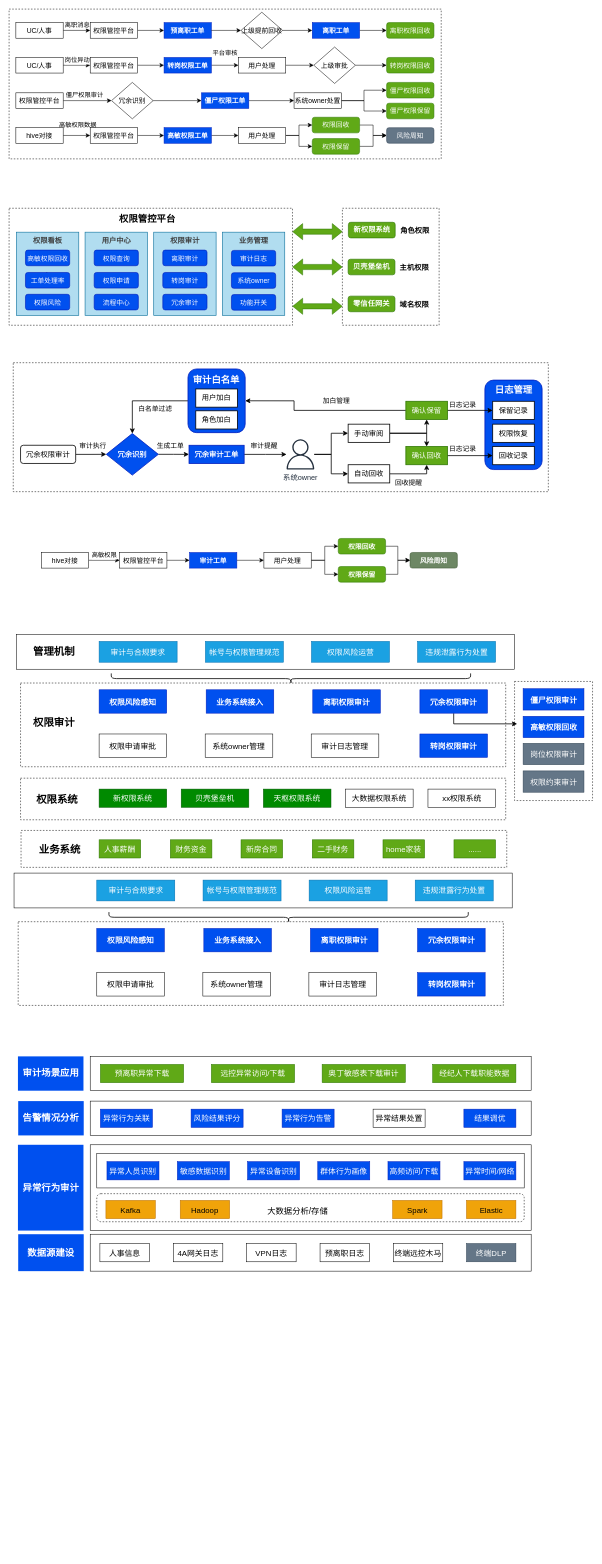
Above: page "述职" (11 of 11) of 权限审计.drawio in zpxiao-ios/hello-world (draw.io), before the change. Source tidied: cells renumbered, new cells numbered last; positions are measured from the earlier drawing's top-left corner, leaving out a move shared by most shapes. Both pictures are drawn from the tidied source at 52%, with x=0, y=0 at pixel (9, 9).
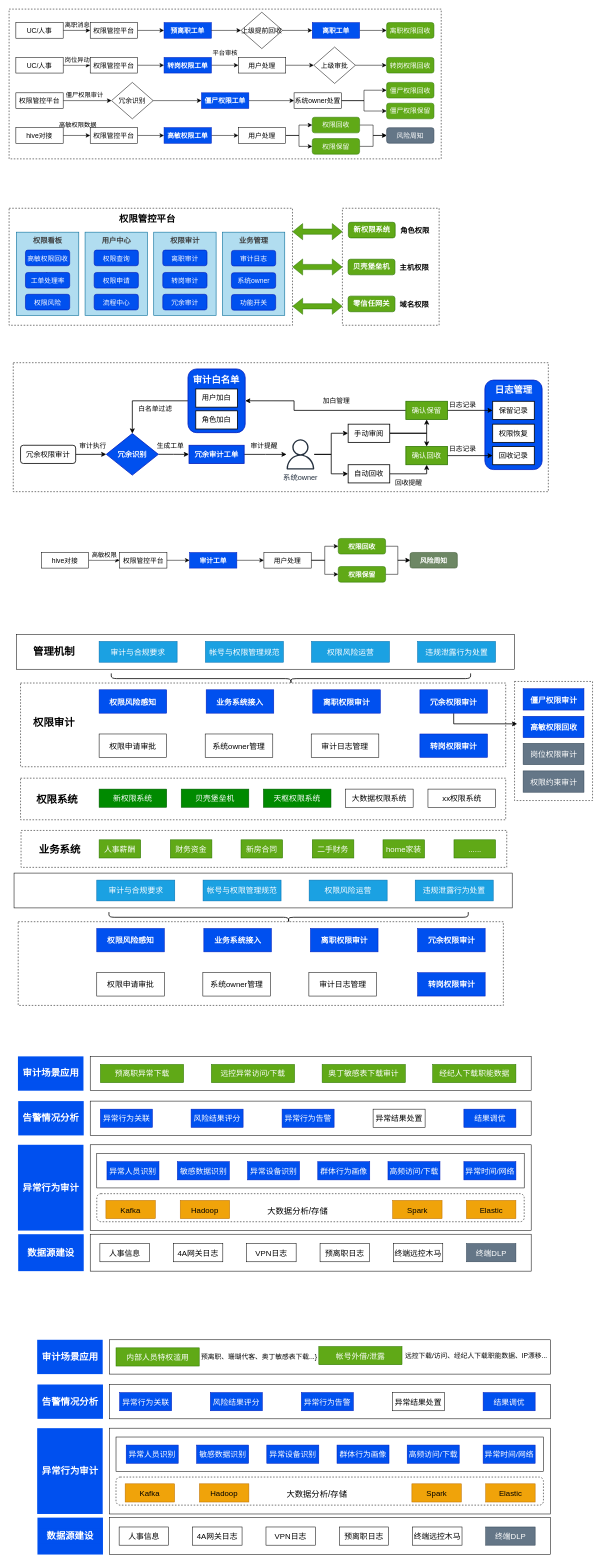
The same page after the edit.

Commit message:
更新权限审计.drawio

Diff of the diagram source:
```diff
@@
+    <mxCell id="233" style="rounded=0;whiteSpace=wrap;html=1;" parent="1" vertex="1">
+      <mxGeometry x="193" y="2729" width="848" height="165" as="geometry" />
+    </mxCell>
+    <mxCell id="234" style="rounded=1;whiteSpace=wrap;html=1;dashed=1;" parent="1" vertex="1">
+      <mxGeometry x="205.6" y="2823" width="822" height="54" as="geometry" />
+    </mxCell>
+    <mxCell id="235" style="rounded=0;whiteSpace=wrap;html=1;" parent="1" vertex="1">
+      <mxGeometry x="193" y="2901" width="848" height="71" as="geometry" />
+    </mxCell>
+    <mxCell id="236" value="人事信息" style="rounded=0;whiteSpace=wrap;html=1;fontSize=15;flipH=1;" parent="1" vertex="1">
+      <mxGeometry x="211.6" y="2919" width="95" height="35" as="geometry" />
+    </mxCell>
+    <mxCell id="237" value="4A网关日志" style="rounded=0;whiteSpace=wrap;html=1;fontSize=15;flipH=1;" parent="1" vertex="1">
+      <mxGeometry x="353" y="2919" width="95" height="35" as="geometry" />
+    </mxCell>
+    <mxCell id="238" value="VPN日志" style="rounded=0;whiteSpace=wrap;html=1;fontSize=15;flipH=1;" parent="1" vertex="1">
+      <mxGeometry x="494" y="2919" width="95" height="35" as="geometry" />
+    </mxCell>
+    <mxCell id="239" value="预离职日志" style="rounded=0;whiteSpace=wrap;html=1;fontSize=15;flipH=1;" parent="1" vertex="1">
+      <mxGeometry x="635" y="2919" width="95" height="35" as="geometry" />
+    </mxCell>
+    <mxCell id="240" value="终端远控木马" style="rounded=0;whiteSpace=wrap;html=1;fontSize=15;flipH=1;" parent="1" vertex="1">
+      <mxGeometry x="776" y="2919" width="95" height="35" as="geometry" />
+    </mxCell>
+    <mxCell id="241" value="终端DLP" style="rounded=0;whiteSpace=wrap;html=1;fontSize=15;flipH=1;fillColor=#647687;fontColor=#ffffff;strokeColor=#314354;" parent="1" vertex="1">
+      <mxGeometry x="916.6" y="2919" width="95" height="35" as="geometry" />
+    </mxCell>
+    <mxCell id="242" value="Kafka" style="rounded=0;whiteSpace=wrap;html=1;fontSize=15;flipH=1;fillColor=#f0a30a;fontColor=#000000;strokeColor=#BD7000;" parent="1" vertex="1">
+      <mxGeometry x="223.2" y="2836" width="95" height="35" as="geometry" />
+    </mxCell>
+    <mxCell id="243" value="Hadoop" style="rounded=0;whiteSpace=wrap;html=1;fontSize=15;flipH=1;fillColor=#f0a30a;fontColor=#000000;strokeColor=#BD7000;" parent="1" vertex="1">
+      <mxGeometry x="366.1" y="2836" width="95" height="35" as="geometry" />
+    </mxCell>
+    <mxCell id="244" value="Spark" style="rounded=0;whiteSpace=wrap;html=1;fontSize=15;flipH=1;fillColor=#f0a30a;fontColor=#000000;strokeColor=#BD7000;" parent="1" vertex="1">
+      <mxGeometry x="774.6" y="2836" width="95" height="35" as="geometry" />
+    </mxCell>
+    <mxCell id="245" value="Elastic" style="rounded=0;whiteSpace=wrap;html=1;fontSize=15;flipH=1;fillColor=#f0a30a;fontColor=#000000;strokeColor=#BD7000;" parent="1" vertex="1">
+      <mxGeometry x="916.6" y="2836" width="95" height="35" as="geometry" />
+    </mxCell>
+    <mxCell id="246" value="&lt;font&gt;大&lt;/font&gt;&lt;font&gt;数据分析/存储&lt;/font&gt;" style="text;html=1;align=center;verticalAlign=middle;whiteSpace=wrap;rounded=0;fontSize=16;" parent="1" vertex="1">
+      <mxGeometry x="512.6" y="2841" width="158" height="30" as="geometry" />
+    </mxCell>
+    <mxCell id="247" style="rounded=0;whiteSpace=wrap;html=1;" parent="1" vertex="1">
+      <mxGeometry x="205.6" y="2746" width="822" height="66" as="geometry" />
+    </mxCell>
+    <mxCell id="248" value="异常人员识别" style="rounded=0;whiteSpace=wrap;html=1;fontSize=15;flipH=1;fillColor=#0050ef;fontColor=#ffffff;strokeColor=#001DBC;" parent="1" vertex="1">
+      <mxGeometry x="225.2" y="2761.5" width="100" height="35" as="geometry" />
+    </mxCell>
+    <mxCell id="249" value="敏感数据识别" style="rounded=0;whiteSpace=wrap;html=1;fontSize=15;flipH=1;fillColor=#0050ef;fontColor=#ffffff;strokeColor=#001DBC;" parent="1" vertex="1">
+      <mxGeometry x="360.6" y="2761.5" width="100" height="35" as="geometry" />
+    </mxCell>
+    <mxCell id="250" value="高频访问/下载" style="rounded=0;whiteSpace=wrap;html=1;fontSize=15;flipH=1;fillColor=#0050ef;fontColor=#ffffff;strokeColor=#001DBC;" parent="1" vertex="1">
+      <mxGeometry x="765.6" y="2761.5" width="100" height="35" as="geometry" />
+    </mxCell>
+    <mxCell id="251" value="异常设备识别" style="rounded=0;whiteSpace=wrap;html=1;fontSize=15;flipH=1;fillColor=#0050ef;fontColor=#ffffff;strokeColor=#001DBC;" parent="1" vertex="1">
+      <mxGeometry x="495.6" y="2761.5" width="100" height="35" as="geometry" />
+    </mxCell>
+    <mxCell id="252" value="异常时间/网络" style="rounded=0;whiteSpace=wrap;html=1;fontSize=15;flipH=1;fillColor=#0050ef;fontColor=#ffffff;strokeColor=#001DBC;" parent="1" vertex="1">
+      <mxGeometry x="911.6" y="2761.5" width="100" height="35" as="geometry" />
+    </mxCell>
+    <mxCell id="253" value="群体行为画像" style="rounded=0;whiteSpace=wrap;html=1;fontSize=15;flipH=1;fillColor=#0050ef;fontColor=#ffffff;strokeColor=#001DBC;" parent="1" vertex="1">
+      <mxGeometry x="630.6" y="2761.5" width="100" height="35" as="geometry" />
+    </mxCell>
+    <mxCell id="254" style="rounded=0;whiteSpace=wrap;html=1;" parent="1" vertex="1">
+      <mxGeometry x="193" y="2645" width="848" height="66" as="geometry" />
+    </mxCell>
+    <mxCell id="255" value="异常行为关联" style="rounded=0;whiteSpace=wrap;html=1;fontSize=15;flipH=1;fillColor=#0050ef;fontColor=#ffffff;strokeColor=#001DBC;" parent="1" vertex="1">
+      <mxGeometry x="212.6" y="2660.5" width="100" height="35" as="geometry" />
+    </mxCell>
+    <mxCell id="256" value="风险结果评分" style="rounded=0;whiteSpace=wrap;html=1;fontSize=15;flipH=1;fillColor=#0050ef;fontColor=#ffffff;strokeColor=#001DBC;" parent="1" vertex="1">
+      <mxGeometry x="387" y="2660.5" width="100" height="35" as="geometry" />
+    </mxCell>
+    <mxCell id="257" value="异常结果处置" style="rounded=0;whiteSpace=wrap;html=1;fontSize=15;flipH=1;" parent="1" vertex="1">
+      <mxGeometry x="737" y="2660.5" width="100" height="35" as="geometry" />
+    </mxCell>
+    <mxCell id="258" value="异常行为告警" style="rounded=0;whiteSpace=wrap;html=1;fontSize=15;flipH=1;fillColor=#0050ef;fontColor=#ffffff;strokeColor=#001DBC;" parent="1" vertex="1">
+      <mxGeometry x="562" y="2660.5" width="100" height="35" as="geometry" />
+    </mxCell>
+    <mxCell id="259" value="结果调优" style="rounded=0;whiteSpace=wrap;html=1;fontSize=15;flipH=1;fillColor=#0050ef;fontColor=#ffffff;strokeColor=#001DBC;" parent="1" vertex="1">
+      <mxGeometry x="911.6" y="2660.5" width="100" height="35" as="geometry" />
+    </mxCell>
+    <mxCell id="260" style="rounded=0;whiteSpace=wrap;html=1;" parent="1" vertex="1">
+      <mxGeometry x="193" y="2559" width="848" height="66" as="geometry" />
+    </mxCell>
+    <mxCell id="261" value="内部人员特权滥用" style="rounded=0;whiteSpace=wrap;html=1;fontSize=15;flipH=0;fillColor=#60a917;fontColor=#ffffff;strokeColor=#2D7600;" parent="1" vertex="1">
+      <mxGeometry x="205.6" y="2574.5" width="160" height="35" as="geometry" />
+    </mxCell>
+    <mxCell id="262" value="帐号外借/泄露" style="rounded=0;whiteSpace=wrap;html=1;fontSize=15;flipH=0;fillColor=#60a917;fontColor=#ffffff;strokeColor=#2D7600;" parent="1" vertex="1">
+      <mxGeometry x="595.6" y="2572" width="160" height="35" as="geometry" />
+    </mxCell>
+    <mxCell id="263" style="rounded=0;whiteSpace=wrap;html=1;fillColor=#0050ef;fontColor=#ffffff;strokeColor=none;fontStyle=1;" parent="1" vertex="1">
+      <mxGeometry x="54" y="2559" width="126" height="66" as="geometry" />
+    </mxCell>
+    <mxCell id="264" value="&lt;font style=&quot;font-size: 18px;&quot;&gt;审计场景应用&lt;/font&gt;" style="text;html=1;align=center;verticalAlign=middle;whiteSpace=wrap;rounded=0;fillColor=#0050ef;fontColor=#ffffff;strokeColor=none;fontStyle=1;" parent="1" vertex="1">
+      <mxGeometry x="57.5" y="2577" width="119" height="30" as="geometry" />
+    </mxCell>
+    <mxCell id="265" style="rounded=0;whiteSpace=wrap;html=1;fillColor=#0050ef;fontColor=#ffffff;strokeColor=none;fontStyle=1;" parent="1" vertex="1">
+      <mxGeometry x="54.5" y="2645" width="126" height="66" as="geometry" />
+    </mxCell>
+    <mxCell id="266" value="&lt;span style=&quot;font-size: 18px;&quot;&gt;告警情况分析&lt;/span&gt;" style="text;html=1;align=center;verticalAlign=middle;whiteSpace=wrap;rounded=0;fillColor=#0050ef;fontColor=#ffffff;strokeColor=none;fontStyle=1;" parent="1" vertex="1">
+      <mxGeometry x="58" y="2663" width="119" height="30" as="geometry" />
+    </mxCell>
+    <mxCell id="267" style="rounded=0;whiteSpace=wrap;html=1;fillColor=#0050ef;fontColor=#ffffff;strokeColor=none;fontStyle=1;" parent="1" vertex="1">
+      <mxGeometry x="54" y="2729" width="126" height="165" as="geometry" />
+    </mxCell>
+    <mxCell id="268" value="&lt;span style=&quot;font-size: 18px;&quot;&gt;异常行为审计&lt;/span&gt;" style="text;html=1;align=center;verticalAlign=middle;whiteSpace=wrap;rounded=0;fillColor=#0050ef;fontColor=#ffffff;strokeColor=none;fontStyle=1;" parent="1" vertex="1">
+      <mxGeometry x="57.5" y="2796.5" width="119" height="30" as="geometry" />
+    </mxCell>
+    <mxCell id="269" style="rounded=0;whiteSpace=wrap;html=1;fillColor=#0050ef;fontColor=#ffffff;strokeColor=none;fontStyle=1;" parent="1" vertex="1">
+      <mxGeometry x="54.5" y="2901" width="126" height="71" as="geometry" />
+    </mxCell>
+    <mxCell id="270" value="&lt;span style=&quot;font-size: 18px;&quot;&gt;数据源建设&lt;/span&gt;" style="text;html=1;align=center;verticalAlign=middle;whiteSpace=wrap;rounded=0;fillColor=#0050ef;fontColor=#ffffff;strokeColor=none;fontStyle=1;" parent="1" vertex="1">
+      <mxGeometry x="58" y="2921.5" width="119" height="30" as="geometry" />
+    </mxCell>
+    <mxCell id="271" value="&lt;font style=&quot;font-size: 13px;&quot;&gt;预离职、珊瑚代客、奥丁敏感表下载...}&lt;/font&gt;" style="text;html=1;align=center;verticalAlign=middle;whiteSpace=wrap;rounded=0;" parent="1" vertex="1">
+      <mxGeometry x="360.6" y="2577" width="240" height="30" as="geometry" />
+    </mxCell>
+    <mxCell id="272" value="&lt;font style=&quot;font-size: 13px;&quot;&gt;远控下载/访问、经纪人下载职能数据、IP漂移...&lt;/font&gt;" style="text;html=1;align=center;verticalAlign=middle;whiteSpace=wrap;rounded=0;" parent="1" vertex="1">
+      <mxGeometry x="755.6" y="2574.5" width="284.5" height="30" as="geometry" />
+    </mxCell>
```
